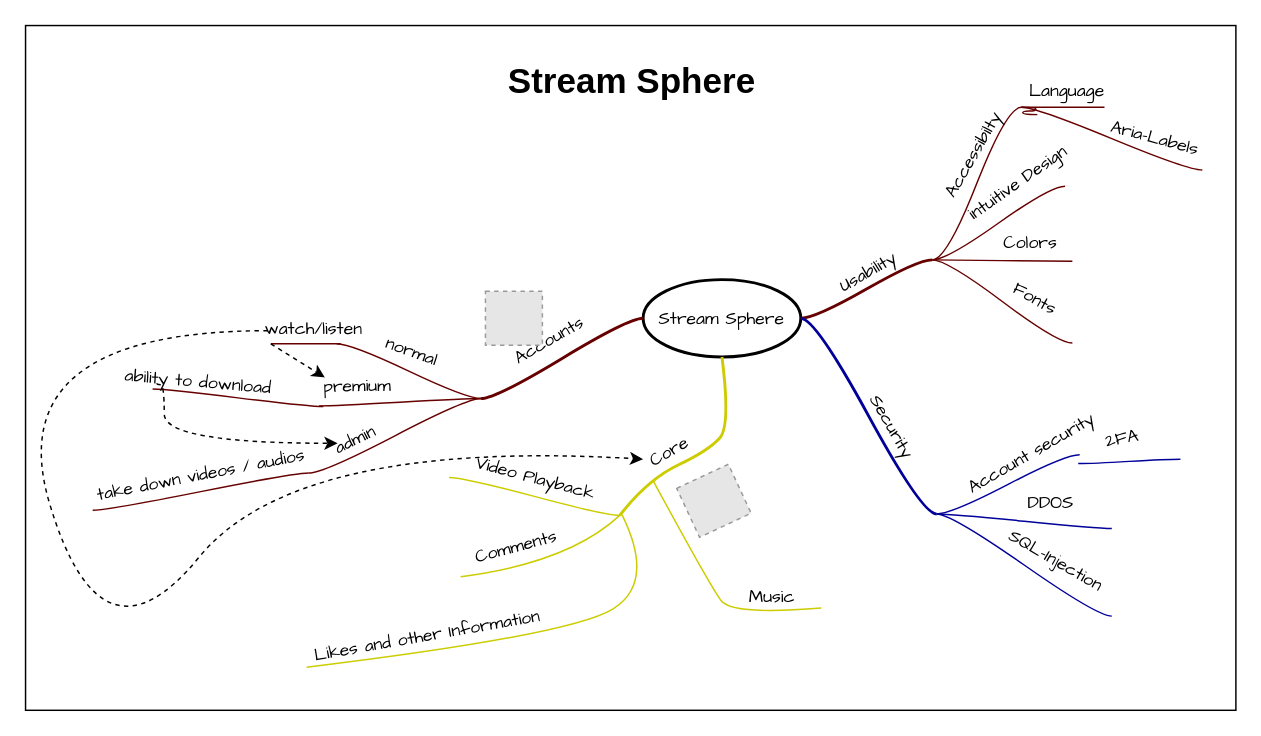
Before: docs/source/mindmap.drawio in IMS-coding-projects/M431, a draw.io diagram. Source tidied: cells renumbered, new cells numbered last; positions are measured from the earlier drawing's top-left corner, leaving out a move shared by most shapes. Both pictures are drawn from the tidied source at 146%, with x=0, y=0 at pixel (-3, 25). Pictures stored in the file or linked from it are replaced by grey dashed boxes.
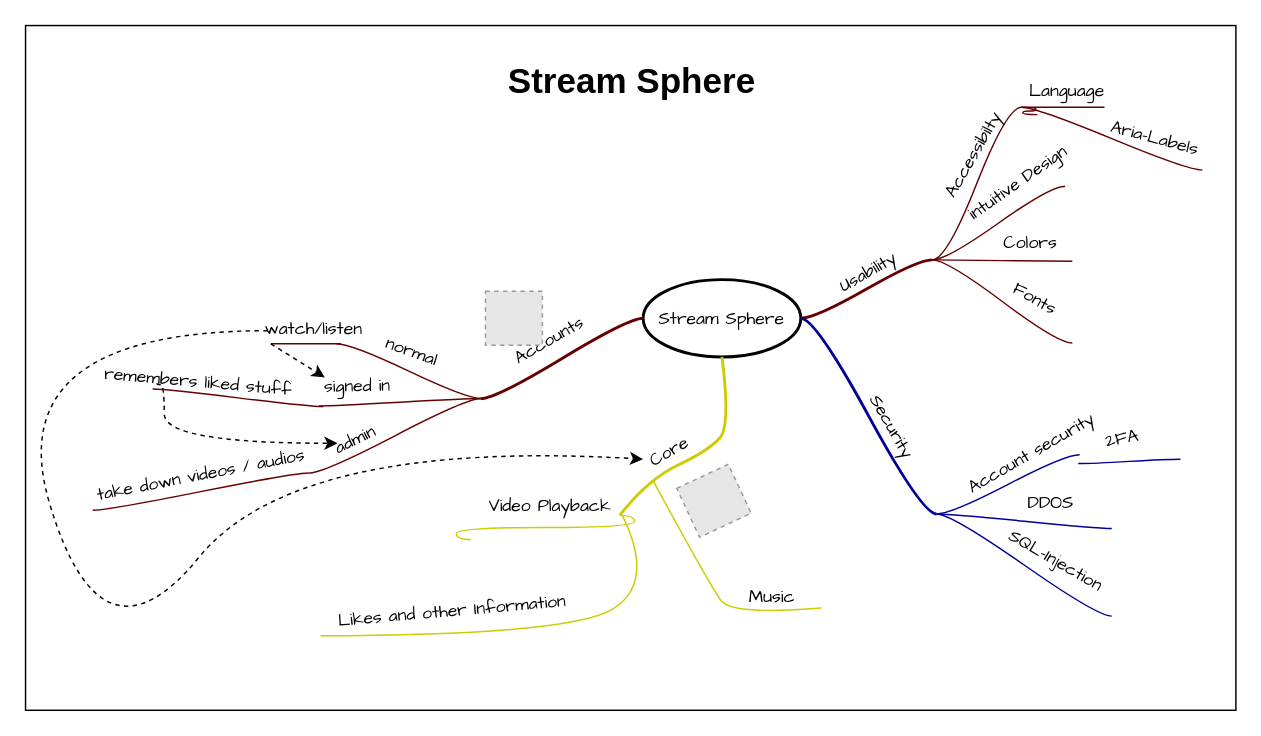
Above is the later version.

Unchanged cells that the change refers to:
```xml
<mxCell id="3" style="swimlane;html=1;startSize=20;horizontal=1;containerType=tree;labelBackgroundColor=none;strokeColor=none;strokeWidth=1;fillColor=none;fontFamily=Comic Sans MS;fontSize=9;swimlaneLine=0;dashed=1;" parent="1" vertex="1">
  <mxGeometry x="169" y="2" width="659" height="443" as="geometry" />
</mxCell>
<mxCell id="36" style="edgeStyle=entityRelationEdgeStyle;startArrow=none;endArrow=none;segment=10;curved=1;strokeColor=#660000;rounded=0;fontSize=12;startSize=8;endSize=8;" parent="3" edge="1" source="29" target="61">
  <mxGeometry relative="1" as="geometry" />
</mxCell>
<mxCell id="43" style="whiteSpace=wrap;html=1;rounded=1;arcSize=50;align=center;verticalAlign=middle;strokeWidth=1;spacing=4;" parent="3" vertex="1">
  <mxGeometry x="257" y="333" height="1" as="geometry" />
</mxCell>
<mxCell id="49" style="whiteSpace=wrap;html=1;rounded=1;arcSize=50;align=center;verticalAlign=middle;strokeWidth=1;spacing=4;" parent="3" vertex="1">
  <mxGeometry x="140" y="307" height="1" as="geometry" />
</mxCell>
<mxCell id="58" style="edgeStyle=entityRelationEdgeStyle;startArrow=none;endArrow=none;segment=10;curved=1;strokeColor=#660000;rounded=0;fontSize=12;startSize=8;endSize=8;" parent="3" edge="1">
  <mxGeometry relative="1" as="geometry">
    <mxPoint x="-63" y="247" as="sourcePoint" />
    <mxPoint x="54" y="259" as="targetPoint" />
  </mxGeometry>
</mxCell>
```

Diff of the diagram source:
```diff
@@
-    <mxCell id="37" value="premium" style="text;html=1;align=center;verticalAlign=middle;labelBackgroundColor=none;fontFamily=Comic Sans MS;rotation=-1;fontSize=12;" parent="36" vertex="1">
+    <mxCell id="37" value="signed in" style="text;html=1;align=center;verticalAlign=middle;labelBackgroundColor=none;fontFamily=Comic Sans MS;rotation=-1;fontSize=12;" parent="36" vertex="1">
       <mxGeometry x="-0.11" y="-1" relative="1" as="geometry">
         <mxPoint x="-37" y="-9" as="offset" />
       </mxGeometry>
     </mxCell>
@@
-    <mxCell id="46" style="whiteSpace=wrap;html=1;rounded=1;arcSize=50;align=center;verticalAlign=middle;strokeWidth=1;spacing=4;" parent="3" vertex="1">
-      <mxGeometry x="148" y="375" height="1" as="geometry" />
-    </mxCell>
-    <mxCell id="47" style="startArrow=none;endArrow=none;segment=10;strokeColor=#CCCC00;curved=1;rounded=0;fontSize=12;startSize=8;endSize=8;" parent="3" edge="1" source="43" target="46">
-      <mxGeometry relative="1" as="geometry">
-        <Array as="points">
-          <mxPoint x="222" y="366" />
-        </Array>
-      </mxGeometry>
-    </mxCell>
-    <mxCell id="48" value="Comments" style="text;html=1;align=center;verticalAlign=middle;labelBackgroundColor=none;fontFamily=Comic Sans MS;rotation=-15;fontSize=12;" parent="47" vertex="1">
-      <mxGeometry x="-0.11" y="-1" relative="1" as="geometry">
-        <mxPoint x="-30" y="-10" as="offset" />
-      </mxGeometry>
-    </mxCell>
@@
-    <mxCell id="50" style="edgeStyle=entityRelationEdgeStyle;startArrow=none;endArrow=none;segment=10;curved=1;strokeColor=#CCCC00;rounded=0;fontSize=12;startSize=8;endSize=8;" parent="3" edge="1" source="43" target="49">
-      <mxGeometry relative="1" as="geometry" />
+    <mxCell id="50" style="edgeStyle=entityRelationEdgeStyle;startArrow=none;endArrow=none;segment=10;curved=1;strokeColor=#CCCC00;rounded=0;fontSize=12;startSize=8;endSize=8;" parent="3" edge="1" source="43">
+      <mxGeometry relative="1" as="geometry">
+        <mxPoint x="155" y="350" as="targetPoint" />
+      </mxGeometry>
     </mxCell>
-    <mxCell id="51" value="Video Playback" style="text;html=1;align=center;verticalAlign=middle;labelBackgroundColor=none;fontFamily=Comic Sans MS;rotation=15;fontSize=12;" parent="50" vertex="1">
+    <mxCell id="51" value="Video Playback" style="text;html=1;align=center;verticalAlign=middle;labelBackgroundColor=none;fontFamily=Comic Sans MS;rotation=0;fontSize=12;" parent="50" vertex="1">
       <mxGeometry x="-0.11" y="-1" relative="1" as="geometry">
         <mxPoint x="-6" y="-13" as="offset" />
       </mxGeometry>
     </mxCell>
@@
     <mxCell id="55" style="startArrow=none;endArrow=none;segment=10;strokeColor=#CCCC00;curved=1;rounded=0;fontSize=12;startSize=8;endSize=8;" parent="3" edge="1">
       <mxGeometry relative="1" as="geometry">
         <mxPoint x="258.5" y="333" as="sourcePoint" />
-        <mxPoint x="42.5" y="437.5" as="targetPoint" />
+        <mxPoint x="52" y="416" as="targetPoint" />
         <Array as="points">
           <mxPoint x="281.5" y="379.5" />
           <mxPoint x="223.5" y="415.5" />
         </Array>
       </mxGeometry>
     </mxCell>
-    <mxCell id="56" value="Likes and other Information" style="text;html=1;align=center;verticalAlign=middle;labelBackgroundColor=none;fontFamily=Comic Sans MS;rotation=-10;fontSize=12;" parent="55" vertex="1">
+    <mxCell id="56" value="Likes and other Information" style="text;html=1;align=center;verticalAlign=middle;labelBackgroundColor=none;fontFamily=Comic Sans MS;rotation=-5;fontSize=12;" parent="55" vertex="1">
       <mxGeometry x="-0.11" y="-1" relative="1" as="geometry">
-        <mxPoint x="-84" as="offset" />
+        <mxPoint x="-72" y="-15" as="offset" />
       </mxGeometry>
     </mxCell>
@@
-    <mxCell id="59" value="ability to download" style="text;html=1;align=center;verticalAlign=middle;labelBackgroundColor=none;fontFamily=Comic Sans MS;rotation=5;fontSize=12;" parent="58" vertex="1">
+    <mxCell id="59" value="remembers liked stuff" style="text;html=1;align=center;verticalAlign=middle;labelBackgroundColor=none;fontFamily=Comic Sans MS;rotation=5;fontSize=12;" parent="58" vertex="1">
       <mxGeometry x="-0.11" y="-1" relative="1" as="geometry">
         <mxPoint x="-21" y="-11" as="offset" />
       </mxGeometry>
     </mxCell>
```
